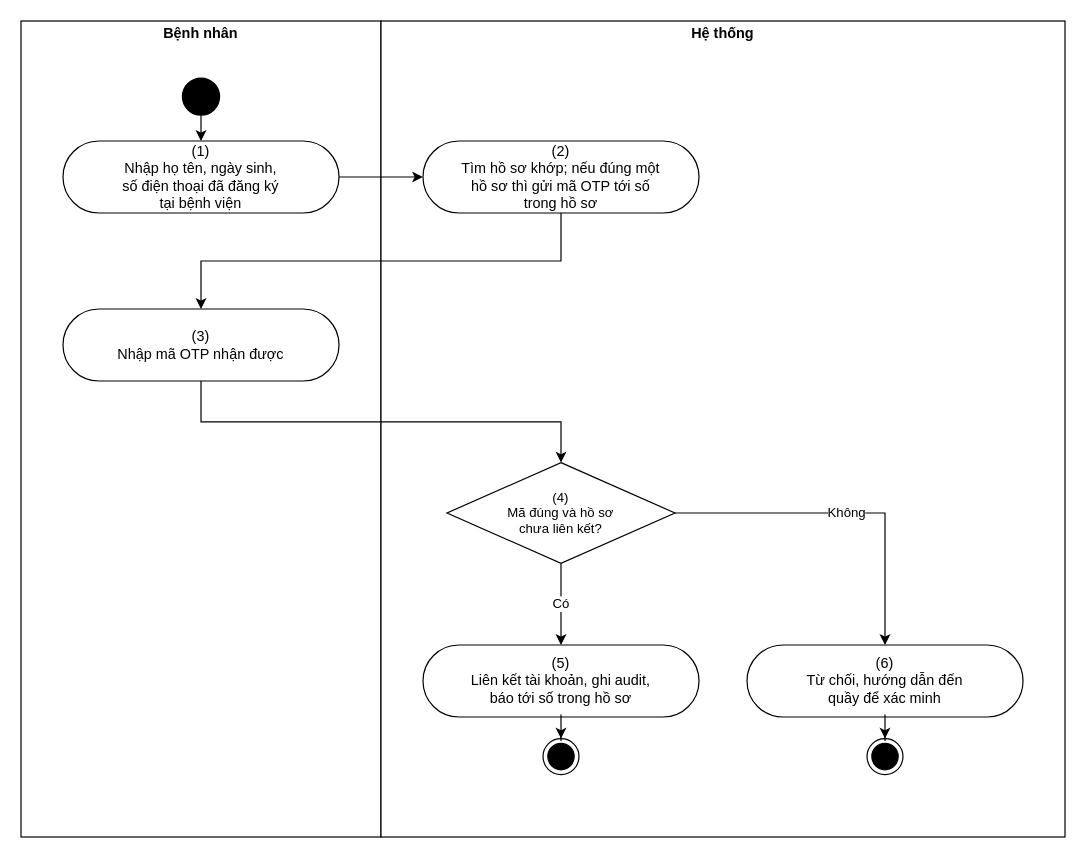
Above: page "UC 11 Claim an existing hospital record" (2 of 18) of docs/02-requirements/srs/dist/diagrams/10-activity-clinical.drawio in viethung12062005/smart-hospital-platform (draw.io), before the change. Source tidied: cells renumbered, new cells numbered last; positions are measured from the earlier drawing's top-left corner, leaving out a move shared by most shapes. Both pictures are drawn from the tidied source at 120%, with x=0, y=0 at pixel (20, 20).
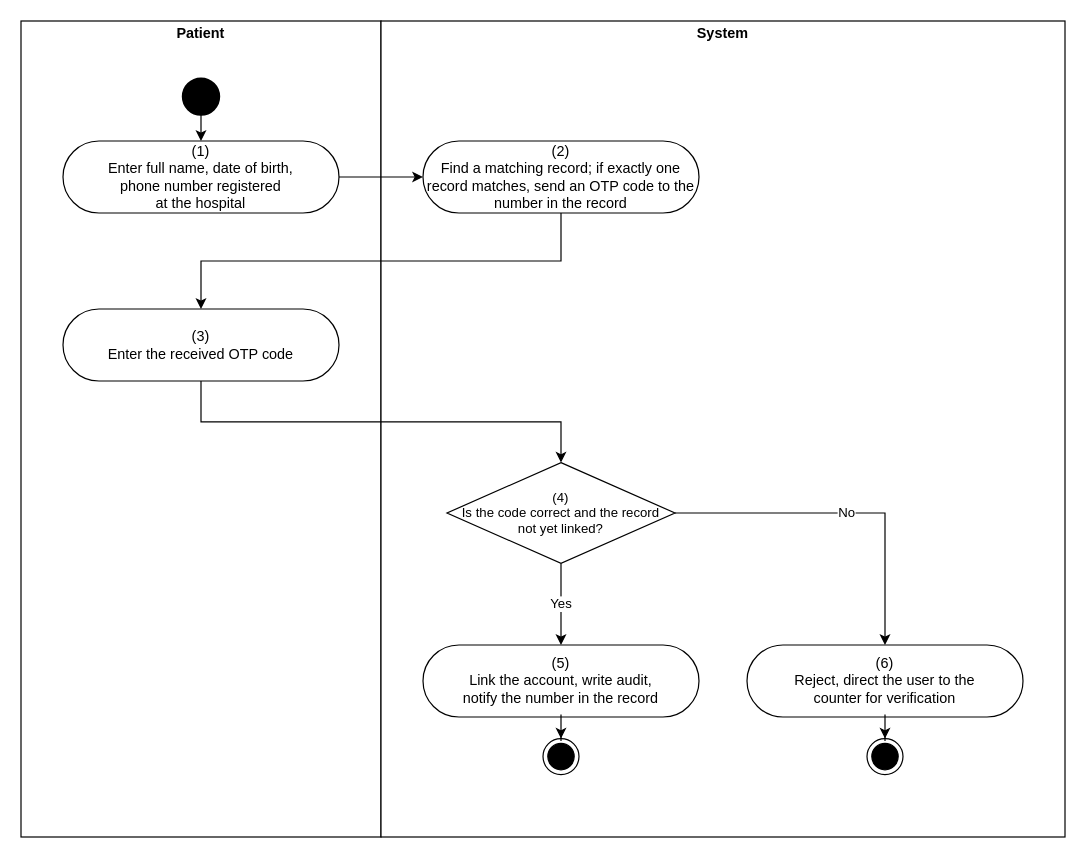
The same diagram, later.

What changed in the source:
```diff
@@
-    <mxCell id="2" value="&lt;p style=&quot;margin:0px;margin-top:4px;text-align:center&quot;&gt;&lt;b&gt;Bệnh nhân&lt;/b&gt;&lt;/p&gt;" style="verticalAlign=top;align=left;overflow=fill;fontSize=12;fontFamily=Helvetica;html=1;rounded=0;shadow=0;strokeColor=#000000;gradientColor=none;whiteSpace=wrap;" parent="1" vertex="1">
+    <mxCell id="2" value="&lt;p style=&quot;margin:0px;margin-top:4px;text-align:center&quot;&gt;&lt;b&gt;Patient&lt;/b&gt;&lt;/p&gt;" style="verticalAlign=top;align=left;overflow=fill;fontSize=12;fontFamily=Helvetica;html=1;rounded=0;shadow=0;strokeColor=#000000;gradientColor=none;whiteSpace=wrap;" parent="1" vertex="1">
       <mxGeometry width="300" height="680" as="geometry" />
     </mxCell>
-    <mxCell id="3" value="&lt;p style=&quot;margin:0px;margin-top:4px;text-align:center&quot;&gt;&lt;b&gt;Hệ thống&lt;/b&gt;&lt;/p&gt;" style="verticalAlign=top;align=left;overflow=fill;fontSize=12;fontFamily=Helvetica;html=1;rounded=0;shadow=0;strokeColor=#000000;gradientColor=none;whiteSpace=wrap;" parent="1" vertex="1">
+    <mxCell id="3" value="&lt;p style=&quot;margin:0px;margin-top:4px;text-align:center&quot;&gt;&lt;b&gt;System&lt;/b&gt;&lt;/p&gt;" style="verticalAlign=top;align=left;overflow=fill;fontSize=12;fontFamily=Helvetica;html=1;rounded=0;shadow=0;strokeColor=#000000;gradientColor=none;whiteSpace=wrap;" parent="1" vertex="1">
       <mxGeometry x="300" width="570" height="680" as="geometry" />
     </mxCell>
-    <mxCell id="4" value="(1)&lt;br&gt;Nhập họ tên, ngày sinh,&lt;br&gt;số điện thoại đã đăng ký&lt;br&gt;tại bệnh viện" style="html=1;dashed=0;whitespace=wrap;shape=mxgraph.dfd.start;rounded=0;shadow=0;strokeColor=#000000;gradientColor=none;whiteSpace=wrap;fontSize=12;" parent="1" vertex="1">
+    <mxCell id="4" value="(1)&lt;br&gt;Enter full name, date of birth,&lt;br&gt;phone number registered&lt;br&gt;at the hospital" style="html=1;dashed=0;whitespace=wrap;shape=mxgraph.dfd.start;rounded=0;shadow=0;strokeColor=#000000;gradientColor=none;whiteSpace=wrap;fontSize=12;" parent="1" vertex="1">
       <mxGeometry x="35" y="100" width="230" height="60" as="geometry" />
     </mxCell>
-    <mxCell id="5" value="(2)&lt;br&gt;Tìm hồ sơ khớp; nếu đúng một&lt;br&gt;hồ sơ thì gửi mã OTP tới số&lt;br&gt;trong hồ sơ" style="html=1;dashed=0;whitespace=wrap;shape=mxgraph.dfd.start;rounded=0;shadow=0;strokeColor=#000000;gradientColor=none;whiteSpace=wrap;fontSize=12;" parent="1" vertex="1">
+    <mxCell id="5" value="(2)&lt;br&gt;Find a matching record; if exactly one&lt;br&gt;record matches, send an OTP code to the&lt;br&gt;number in the record" style="html=1;dashed=0;whitespace=wrap;shape=mxgraph.dfd.start;rounded=0;shadow=0;strokeColor=#000000;gradientColor=none;whiteSpace=wrap;fontSize=12;" parent="1" vertex="1">
       <mxGeometry x="335" y="100" width="230" height="60" as="geometry" />
     </mxCell>
-    <mxCell id="6" value="(3)&lt;br&gt;Nhập mã OTP nhận được" style="html=1;dashed=0;whitespace=wrap;shape=mxgraph.dfd.start;rounded=0;shadow=0;strokeColor=#000000;gradientColor=none;whiteSpace=wrap;fontSize=12;" parent="1" vertex="1">
+    <mxCell id="6" value="(3)&lt;br&gt;Enter the received OTP code" style="html=1;dashed=0;whitespace=wrap;shape=mxgraph.dfd.start;rounded=0;shadow=0;strokeColor=#000000;gradientColor=none;whiteSpace=wrap;fontSize=12;" parent="1" vertex="1">
       <mxGeometry x="35" y="240" width="230" height="60" as="geometry" />
     </mxCell>
-    <mxCell id="7" value="(4)&lt;br&gt;Mã đúng và hồ sơ&lt;br&gt;chưa liên kết?" style="rhombus;html=1;whiteSpace=wrap;strokeColor=#000000;fontSize=11;" parent="1" vertex="1">
+    <mxCell id="7" value="(4)&lt;br&gt;Is the code correct and the record&lt;br&gt;not yet linked?" style="rhombus;html=1;whiteSpace=wrap;strokeColor=#000000;fontSize=11;" parent="1" vertex="1">
       <mxGeometry x="355" y="368" width="190" height="84" as="geometry" />
     </mxCell>
-    <mxCell id="8" value="(5)&lt;br&gt;Liên kết tài khoản, ghi audit,&lt;br&gt;báo tới số trong hồ sơ" style="html=1;dashed=0;whitespace=wrap;shape=mxgraph.dfd.start;rounded=0;shadow=0;strokeColor=#000000;gradientColor=none;whiteSpace=wrap;fontSize=12;" parent="1" vertex="1">
+    <mxCell id="8" value="(5)&lt;br&gt;Link the account, write audit,&lt;br&gt;notify the number in the record" style="html=1;dashed=0;whitespace=wrap;shape=mxgraph.dfd.start;rounded=0;shadow=0;strokeColor=#000000;gradientColor=none;whiteSpace=wrap;fontSize=12;" parent="1" vertex="1">
       <mxGeometry x="335" y="520" width="230" height="60" as="geometry" />
     </mxCell>
-    <mxCell id="9" value="(6)&lt;br&gt;Từ chối, hướng dẫn đến&lt;br&gt;quầy để xác minh" style="html=1;dashed=0;whitespace=wrap;shape=mxgraph.dfd.start;rounded=0;shadow=0;strokeColor=#000000;gradientColor=none;whiteSpace=wrap;fontSize=12;" parent="1" vertex="1">
+    <mxCell id="9" value="(6)&lt;br&gt;Reject, direct the user to the&lt;br&gt;counter for verification" style="html=1;dashed=0;whitespace=wrap;shape=mxgraph.dfd.start;rounded=0;shadow=0;strokeColor=#000000;gradientColor=none;whiteSpace=wrap;fontSize=12;" parent="1" vertex="1">
       <mxGeometry x="605" y="520" width="230" height="60" as="geometry" />
     </mxCell>
@@
-    <mxCell id="15" value="Có" style="edgeStyle=orthogonalEdgeStyle;rounded=0;jettySize=auto;html=1;exitX=0.5;exitY=1;exitDx=0;exitDy=0;entryX=0.5;entryY=0;entryDx=0;entryDy=0;" parent="1" edge="1" source="7" target="8">
+    <mxCell id="15" value="Yes" style="edgeStyle=orthogonalEdgeStyle;rounded=0;jettySize=auto;html=1;exitX=0.5;exitY=1;exitDx=0;exitDy=0;entryX=0.5;entryY=0;entryDx=0;entryDy=0;" parent="1" edge="1" source="7" target="8">
       <mxGeometry relative="1" as="geometry" />
     </mxCell>
-    <mxCell id="16" value="Không" style="edgeStyle=orthogonalEdgeStyle;rounded=0;jettySize=auto;html=1;exitX=1;exitY=0.5;exitDx=0;exitDy=0;entryX=0.5;entryY=0;entryDx=0;entryDy=0;" parent="1" edge="1" source="7" target="9">
+    <mxCell id="16" value="No" style="edgeStyle=orthogonalEdgeStyle;rounded=0;jettySize=auto;html=1;exitX=1;exitY=0.5;exitDx=0;exitDy=0;entryX=0.5;entryY=0;entryDx=0;entryDy=0;" parent="1" edge="1" source="7" target="9">
       <mxGeometry relative="1" as="geometry" />
     </mxCell>
```
